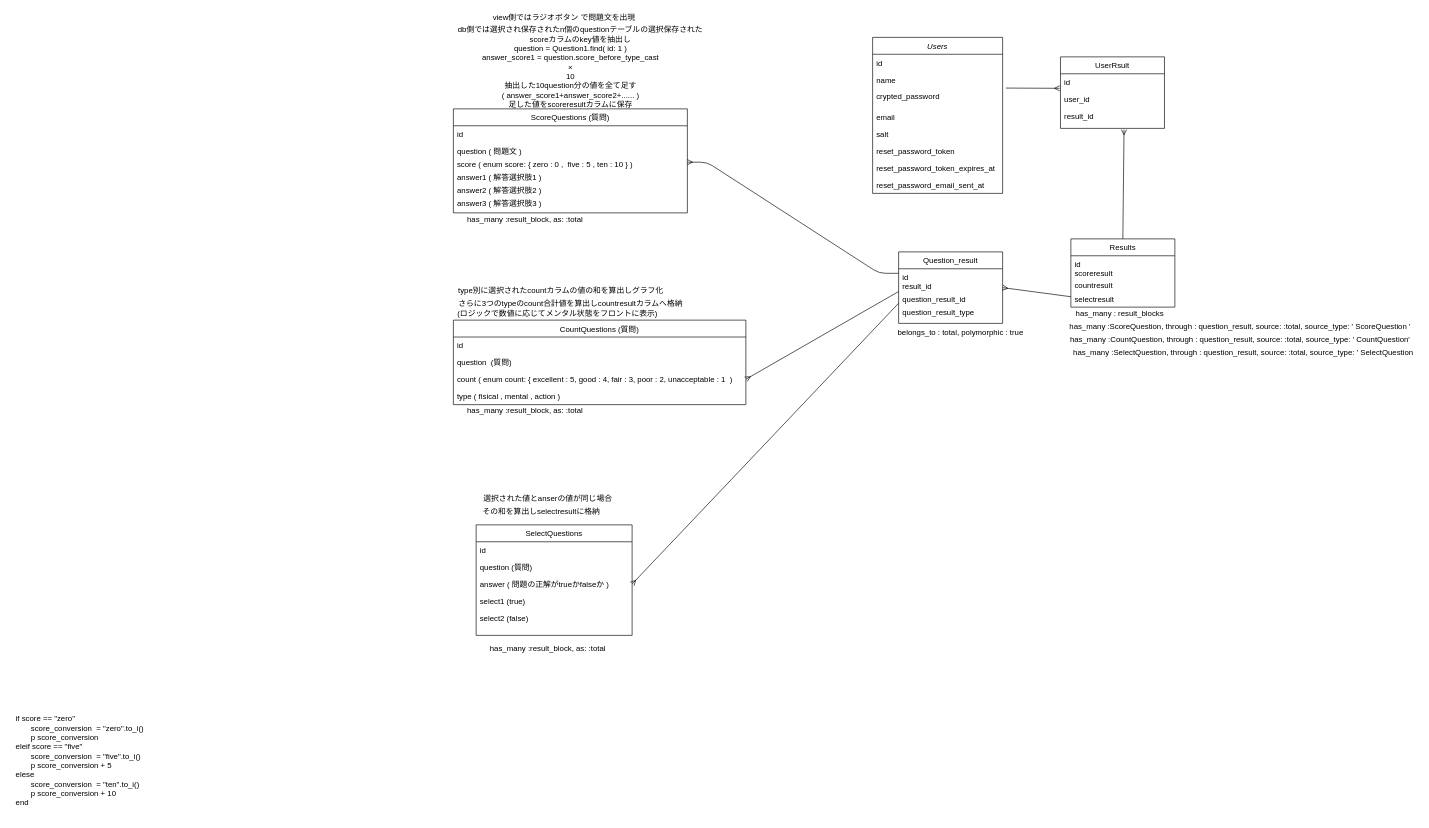
Before: Untitled Diagram.drawio in ko-suke1016/IKEMENTAL, a draw.io diagram. Source tidied: cells renumbered, new cells numbered last; positions are measured from the earlier drawing's top-left corner, leaving out a move shared by most shapes. Both pictures are drawn from the tidied source at 65%, with x=0, y=0 at pixel (11, 11).
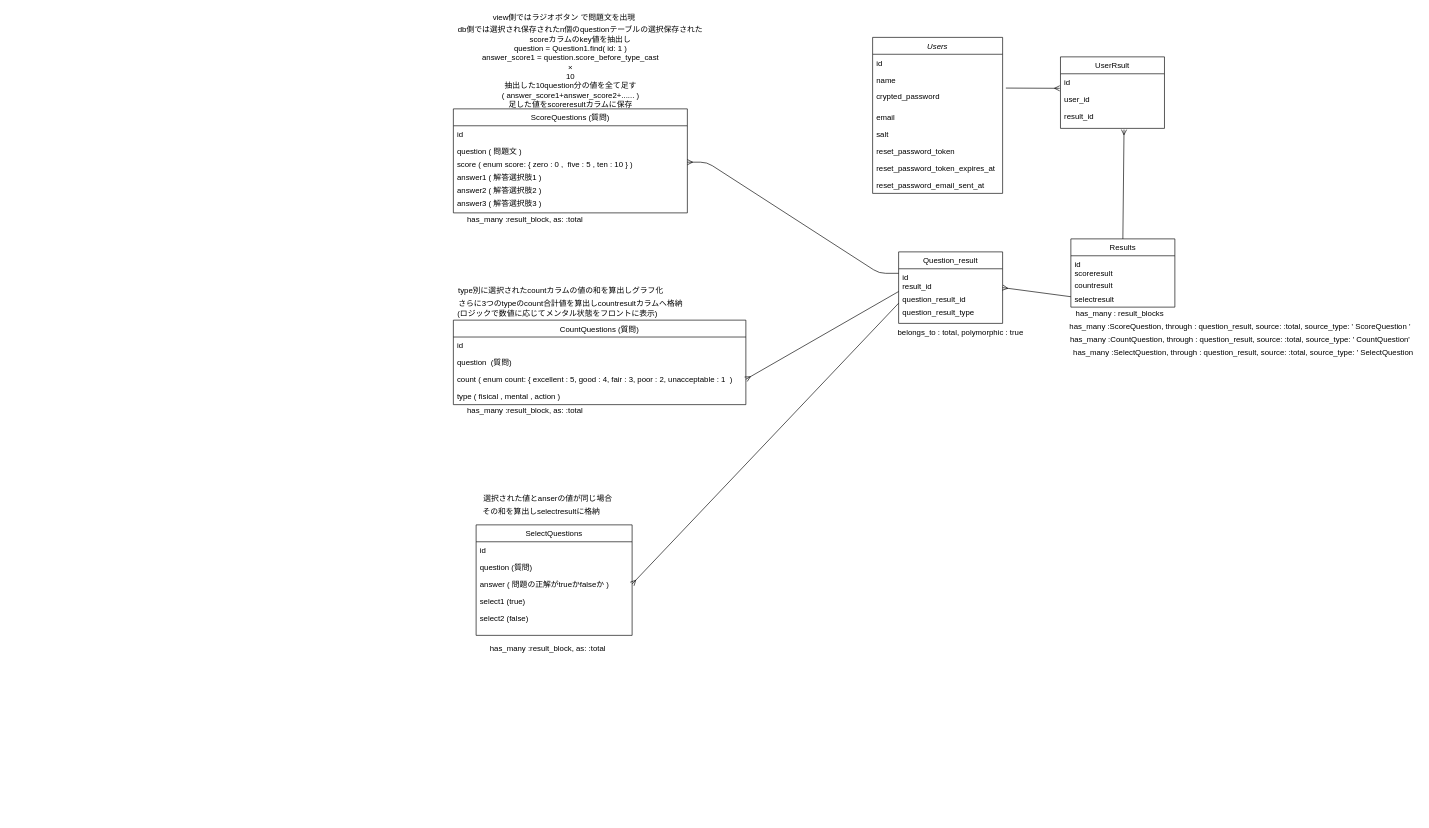
Above is the later version.

The edit, as a diff of the source:
```diff
@@
-    <mxCell id="59" value="&lt;div style=&quot;text-align: left&quot;&gt;if score == &quot;zero&quot;&lt;/div&gt;&lt;div style=&quot;text-align: left&quot;&gt;&lt;span&gt;&amp;nbsp; &amp;nbsp; &amp;nbsp; &amp;nbsp;score_conversion&amp;nbsp; = &quot;zero&quot;.to_i()&lt;/span&gt;&lt;/div&gt;&lt;div style=&quot;text-align: left&quot;&gt;&lt;span&gt;&amp;nbsp; &amp;nbsp; &amp;nbsp; &amp;nbsp;p score_conversion&amp;nbsp;&lt;/span&gt;&lt;/div&gt;&lt;div style=&quot;text-align: left&quot;&gt;&lt;span&gt;eleif score == &quot;five&quot;&lt;/span&gt;&lt;/div&gt;&lt;div style=&quot;text-align: left&quot;&gt;&lt;span&gt;&amp;nbsp; &amp;nbsp; &amp;nbsp; &amp;nbsp;&lt;/span&gt;&lt;span&gt;score_conversion&amp;nbsp; = &quot;five&quot;.to_i()&lt;/span&gt;&lt;/div&gt;&lt;div style=&quot;text-align: left&quot;&gt;&amp;nbsp; &amp;nbsp; &amp;nbsp; &amp;nbsp;p score_conversion + 5&lt;/div&gt;&lt;div style=&quot;text-align: left&quot;&gt;elese&lt;/div&gt;&lt;div style=&quot;text-align: left&quot;&gt;&amp;nbsp; &amp;nbsp; &amp;nbsp; &amp;nbsp;&lt;span&gt;score_conversion&amp;nbsp; = &quot;ten&quot;.to_i()&lt;/span&gt;&lt;/div&gt;&lt;div style=&quot;text-align: left&quot;&gt;&lt;span&gt;&amp;nbsp; &amp;nbsp; &amp;nbsp; &amp;nbsp;p score_conversi&lt;/span&gt;&lt;span&gt;on + 10&lt;/span&gt;&lt;/div&gt;&lt;div style=&quot;text-align: left&quot;&gt;&lt;span&gt;end&amp;nbsp;&lt;/span&gt;&lt;/div&gt;&lt;div style=&quot;text-align: left&quot;&gt;&lt;span&gt;&amp;nbsp; &amp;nbsp; &amp;nbsp; &amp;nbsp;&lt;/span&gt;&lt;/div&gt;" style="text;html=1;align=center;verticalAlign=middle;strokeColor=none;" parent="1" vertex="1">
-      <mxGeometry y="1080" width="210" height="160" as="geometry" />
-    </mxCell>
```
